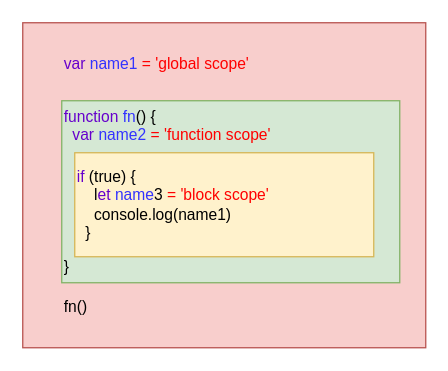
Earlier version of the draw.io diagram 作用域.drawio (wbbhacker/drawFile). Source tidied: cells renumbered, new cells numbered last; positions are measured from the earlier drawing's top-left corner, leaving out a move shared by most shapes. Both pictures are drawn from the tidied source at 130%, with x=0, y=0 at pixel (22, 22).
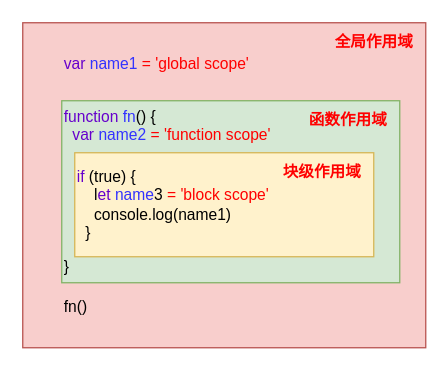
Above is the later version.

Commit message (it also covers changes not shown here):
更新作用域.drawio

What changed in the source:
```diff
@@
 <mxGraphModel>
   <root>
     <mxCell id="0" />
     <mxCell id="1" parent="0" />
     <mxCell id="2" style="rounded=0;whiteSpace=wrap;html=1;fillColor=#f8cecc;strokeColor=#b85450;" parent="1" vertex="1">
       <mxGeometry width="310" height="250" as="geometry" />
     </mxCell>
     <mxCell id="3" value="&lt;font color=&quot;#6600cc&quot;&gt;var&lt;/font&gt; &lt;font color=&quot;#3333ff&quot;&gt;name1&lt;/font&gt; &lt;font color=&quot;#ff0000&quot;&gt;= 'global scope'&lt;/font&gt;&lt;br&gt;&lt;br&gt;&lt;br&gt;&lt;br&gt;&lt;br&gt;&lt;br&gt;&lt;br&gt;&lt;br&gt;&lt;br&gt;&lt;br&gt;&lt;br&gt;&lt;br&gt;&lt;br&gt;fn()" style="text;html=1;align=left;verticalAlign=middle;" parent="1" vertex="1">
       <mxGeometry x="30" y="20" width="170" height="210" as="geometry" />
     </mxCell>
     <mxCell id="4" style="rounded=0;whiteSpace=wrap;html=1;fillColor=#d5e8d4;strokeColor=#82b366;" parent="1" vertex="1">
       <mxGeometry x="30" y="60" width="260" height="140" as="geometry" />
     </mxCell>
     <mxCell id="5" value="&lt;div&gt;&lt;font color=&quot;#6600cc&quot;&gt;function&lt;/font&gt; &lt;font color=&quot;#3333ff&quot;&gt;fn&lt;/font&gt;() {&lt;/div&gt;&lt;div&gt;&amp;nbsp; &lt;font color=&quot;#6600cc&quot;&gt;var &lt;/font&gt;&lt;font color=&quot;#3333ff&quot;&gt;name2&lt;/font&gt; &lt;font color=&quot;#ff0000&quot;&gt;= 'function scope'&lt;/font&gt;&lt;/div&gt;&lt;div&gt;&amp;nbsp;&amp;nbsp;&lt;/div&gt;&lt;div&gt;&lt;br&gt;&lt;/div&gt;&lt;div&gt;&lt;br&gt;&lt;/div&gt;&lt;div&gt;&lt;br&gt;&lt;/div&gt;&lt;div&gt;&lt;br&gt;&lt;/div&gt;&lt;div&gt;&lt;br&gt;&lt;/div&gt;&lt;div&gt;}&lt;/div&gt;" style="text;html=1;align=left;verticalAlign=middle;" parent="1" vertex="1">
       <mxGeometry x="30" y="60" width="180" height="140" as="geometry" />
     </mxCell>
     <mxCell id="6" style="rounded=0;whiteSpace=wrap;html=1;fillColor=#fff2cc;strokeColor=#d6b656;" parent="1" vertex="1">
       <mxGeometry x="40" y="100" width="230" height="80" as="geometry" />
     </mxCell>
     <mxCell id="7" value="&lt;div style=&quot;&quot;&gt;&lt;font color=&quot;#6600cc&quot;&gt;if &lt;/font&gt;(true) {&lt;/div&gt;&lt;div style=&quot;&quot;&gt;&amp;nbsp; &amp;nbsp; l&lt;font color=&quot;#6600cc&quot;&gt;et&lt;/font&gt; &lt;font color=&quot;#3333ff&quot;&gt;name&lt;/font&gt;3 &lt;font color=&quot;#ff0000&quot;&gt;= 'block scope'&lt;/font&gt;&lt;/div&gt;&lt;div style=&quot;&quot;&gt;&amp;nbsp; &amp;nbsp; console.log(name1)&lt;/div&gt;&lt;div style=&quot;&quot;&gt;&amp;nbsp; }&lt;/div&gt;" style="text;html=1;align=left;verticalAlign=middle;strokeColor=none;fillColor=none;" parent="1" vertex="1">
       <mxGeometry x="40" y="105" width="170" height="70" as="geometry" />
     </mxCell>
+    <mxCell id="8" value="全局作用域" style="text;html=1;align=center;verticalAlign=middle;strokeColor=none;fillColor=none;fontColor=#FF0000;fontStyle=1;" parent="1" vertex="1">
+      <mxGeometry x="230" width="80" height="30" as="geometry" />
+    </mxCell>
+    <mxCell id="9" value="函数作用域" style="text;html=1;align=center;verticalAlign=middle;strokeColor=none;fillColor=none;fontColor=#FF0000;fontStyle=1;" parent="1" vertex="1">
+      <mxGeometry x="210" y="60" width="80" height="30" as="geometry" />
+    </mxCell>
+    <mxCell id="10" value="块级作用域" style="text;html=1;align=center;verticalAlign=middle;strokeColor=none;fillColor=none;fontColor=#FF0000;fontStyle=1;" parent="1" vertex="1">
+      <mxGeometry x="190" y="100" width="80" height="30" as="geometry" />
+    </mxCell>
   </root>
 </mxGraphModel>
```
